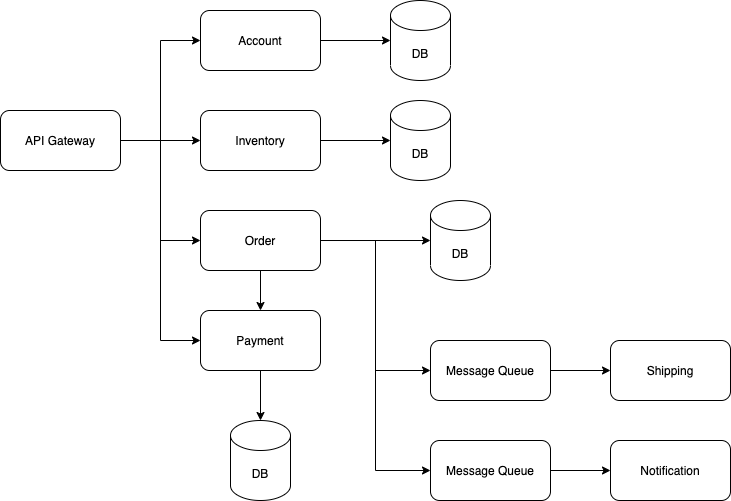
The draw.io diagram architecture.png in def4ultx/microservices-workshop, before a commit. Source tidied: cells renumbered, new cells last; positions are measured from the earlier drawing's top-left corner, leaving out a move shared by most shapes. Source of this version:
```xml
<mxGraphModel>
  <root>
    <mxCell id="0" />
    <mxCell id="1" parent="0" />
    <mxCell id="2" style="edgeStyle=orthogonalEdgeStyle;rounded=0;jettySize=auto;html=1;exitX=1;exitY=0.5;exitDx=0;exitDy=0;" parent="1" edge="1" source="3" target="24">
      <mxGeometry relative="1" as="geometry" />
    </mxCell>
    <mxCell id="3" value="Account" style="rounded=1;whiteSpace=wrap;html=1;" parent="1" vertex="1">
      <mxGeometry x="200" y="10" width="120" height="60" as="geometry" />
    </mxCell>
    <mxCell id="4" style="edgeStyle=orthogonalEdgeStyle;rounded=0;jettySize=auto;html=1;exitX=1;exitY=0.5;exitDx=0;exitDy=0;" parent="1" edge="1" source="5" target="25">
      <mxGeometry relative="1" as="geometry" />
    </mxCell>
    <mxCell id="5" value="Inventory" style="rounded=1;whiteSpace=wrap;html=1;" parent="1" vertex="1">
      <mxGeometry x="200" y="110" width="120" height="60" as="geometry" />
    </mxCell>
    <mxCell id="6" style="edgeStyle=orthogonalEdgeStyle;rounded=0;jettySize=auto;html=1;exitX=0.5;exitY=1;exitDx=0;exitDy=0;entryX=0.5;entryY=0;entryDx=0;entryDy=0;" parent="1" edge="1" source="10" target="17">
      <mxGeometry relative="1" as="geometry" />
    </mxCell>
    <mxCell id="7" style="edgeStyle=orthogonalEdgeStyle;rounded=0;jettySize=auto;html=1;exitX=1;exitY=0.5;exitDx=0;exitDy=0;entryX=0;entryY=0.5;entryDx=0;entryDy=0;" parent="1" edge="1" source="10" target="19">
      <mxGeometry relative="1" as="geometry" />
    </mxCell>
    <mxCell id="8" style="edgeStyle=orthogonalEdgeStyle;rounded=0;jettySize=auto;html=1;exitX=1;exitY=0.5;exitDx=0;exitDy=0;entryX=0;entryY=0.5;entryDx=0;entryDy=0;" parent="1" edge="1" source="10" target="23">
      <mxGeometry relative="1" as="geometry" />
    </mxCell>
    <mxCell id="9" style="edgeStyle=orthogonalEdgeStyle;rounded=0;jettySize=auto;html=1;exitX=1;exitY=0.5;exitDx=0;exitDy=0;entryX=0;entryY=0.5;entryDx=0;entryDy=0;entryPerimeter=0;" parent="1" edge="1" source="10" target="27">
      <mxGeometry relative="1" as="geometry" />
    </mxCell>
    <mxCell id="10" value="Order" style="rounded=1;whiteSpace=wrap;html=1;" parent="1" vertex="1">
      <mxGeometry x="200" y="210" width="120" height="60" as="geometry" />
    </mxCell>
    <mxCell id="11" style="edgeStyle=orthogonalEdgeStyle;rounded=0;jettySize=auto;html=1;exitX=1;exitY=0.5;exitDx=0;exitDy=0;entryX=0;entryY=0.5;entryDx=0;entryDy=0;" parent="1" edge="1" source="15" target="5">
      <mxGeometry relative="1" as="geometry" />
    </mxCell>
    <mxCell id="12" style="edgeStyle=orthogonalEdgeStyle;rounded=0;jettySize=auto;html=1;exitX=1;exitY=0.5;exitDx=0;exitDy=0;entryX=0;entryY=0.5;entryDx=0;entryDy=0;" parent="1" edge="1" source="15" target="10">
      <mxGeometry relative="1" as="geometry" />
    </mxCell>
    <mxCell id="13" style="edgeStyle=orthogonalEdgeStyle;rounded=0;jettySize=auto;html=1;exitX=1;exitY=0.5;exitDx=0;exitDy=0;entryX=0;entryY=0.5;entryDx=0;entryDy=0;" parent="1" edge="1" source="15" target="3">
      <mxGeometry relative="1" as="geometry" />
    </mxCell>
    <mxCell id="14" style="edgeStyle=orthogonalEdgeStyle;rounded=0;jettySize=auto;html=1;exitX=1;exitY=0.5;exitDx=0;exitDy=0;entryX=0;entryY=0.5;entryDx=0;entryDy=0;" parent="1" edge="1" source="15" target="17">
      <mxGeometry relative="1" as="geometry" />
    </mxCell>
    <mxCell id="15" value="API Gateway" style="rounded=1;whiteSpace=wrap;html=1;" parent="1" vertex="1">
      <mxGeometry y="110" width="120" height="60" as="geometry" />
    </mxCell>
    <mxCell id="16" style="edgeStyle=orthogonalEdgeStyle;rounded=0;jettySize=auto;html=1;exitX=0.5;exitY=1;exitDx=0;exitDy=0;" parent="1" edge="1" source="17" target="26">
      <mxGeometry relative="1" as="geometry" />
    </mxCell>
    <mxCell id="17" value="Payment" style="rounded=1;whiteSpace=wrap;html=1;" parent="1" vertex="1">
      <mxGeometry x="200" y="310" width="120" height="60" as="geometry" />
    </mxCell>
    <mxCell id="18" style="edgeStyle=orthogonalEdgeStyle;rounded=0;jettySize=auto;html=1;exitX=1;exitY=0.5;exitDx=0;exitDy=0;entryX=0;entryY=0.5;entryDx=0;entryDy=0;" parent="1" edge="1" source="19" target="20">
      <mxGeometry relative="1" as="geometry" />
    </mxCell>
    <mxCell id="19" value="Message Queue" style="rounded=1;whiteSpace=wrap;html=1;" parent="1" vertex="1">
      <mxGeometry x="430" y="340" width="120" height="60" as="geometry" />
    </mxCell>
    <mxCell id="20" value="Shipping" style="rounded=1;whiteSpace=wrap;html=1;" parent="1" vertex="1">
      <mxGeometry x="610" y="340" width="120" height="60" as="geometry" />
    </mxCell>
    <mxCell id="21" value="Notification" style="rounded=1;whiteSpace=wrap;html=1;" parent="1" vertex="1">
      <mxGeometry x="610" y="440" width="120" height="60" as="geometry" />
    </mxCell>
    <mxCell id="22" style="edgeStyle=orthogonalEdgeStyle;rounded=0;jettySize=auto;html=1;exitX=1;exitY=0.5;exitDx=0;exitDy=0;entryX=0;entryY=0.5;entryDx=0;entryDy=0;" parent="1" edge="1" source="23" target="21">
      <mxGeometry relative="1" as="geometry" />
    </mxCell>
    <mxCell id="23" value="Message Queue" style="rounded=1;whiteSpace=wrap;html=1;" parent="1" vertex="1">
      <mxGeometry x="430" y="440" width="120" height="60" as="geometry" />
    </mxCell>
    <mxCell id="24" value="DB" style="shape=cylinder3;whiteSpace=wrap;html=1;boundedLbl=1;backgroundOutline=1;size=15;" parent="1" vertex="1">
      <mxGeometry x="390" width="60" height="80" as="geometry" />
    </mxCell>
    <mxCell id="25" value="DB" style="shape=cylinder3;whiteSpace=wrap;html=1;boundedLbl=1;backgroundOutline=1;size=15;" parent="1" vertex="1">
      <mxGeometry x="390" y="100" width="60" height="80" as="geometry" />
    </mxCell>
    <mxCell id="26" value="DB" style="shape=cylinder3;whiteSpace=wrap;html=1;boundedLbl=1;backgroundOutline=1;size=15;" parent="1" vertex="1">
      <mxGeometry x="230" y="420" width="60" height="80" as="geometry" />
    </mxCell>
    <mxCell id="27" value="DB" style="shape=cylinder3;whiteSpace=wrap;html=1;boundedLbl=1;backgroundOutline=1;size=15;" parent="1" vertex="1">
      <mxGeometry x="430" y="200" width="60" height="80" as="geometry" />
    </mxCell>
  </root>
</mxGraphModel>
```
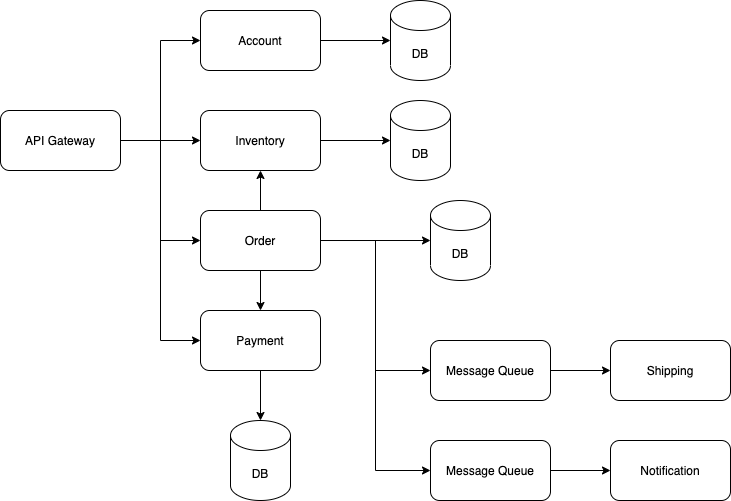
The same file after the commit.

Commit message:
Update architecture diagram.

Change to the diagram source:
```diff
@@ -26,6 +26,9 @@
     <mxCell id="9" style="edgeStyle=orthogonalEdgeStyle;rounded=0;jettySize=auto;html=1;exitX=1;exitY=0.5;exitDx=0;exitDy=0;entryX=0;entryY=0.5;entryDx=0;entryDy=0;entryPerimeter=0;" parent="1" edge="1" source="10" target="27">
       <mxGeometry relative="1" as="geometry" />
     </mxCell>
+    <mxCell id="28" style="edgeStyle=orthogonalEdgeStyle;rounded=0;jettySize=auto;html=1;exitX=0.5;exitY=0;exitDx=0;exitDy=0;entryX=0.5;entryY=1;entryDx=0;entryDy=0;" parent="1" edge="1" source="10" target="5">
+      <mxGeometry relative="1" as="geometry" />
+    </mxCell>
     <mxCell id="10" value="Order" style="rounded=1;whiteSpace=wrap;html=1;" parent="1" vertex="1">
       <mxGeometry x="200" y="210" width="120" height="60" as="geometry" />
     </mxCell>
```
